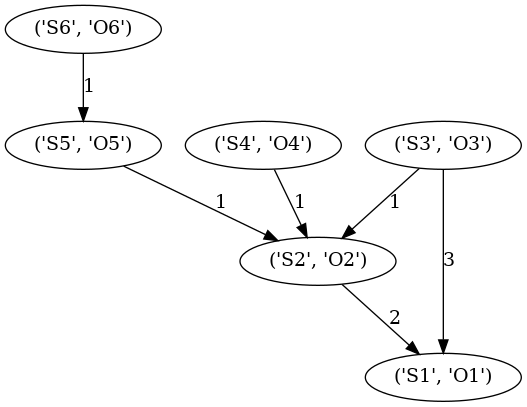
phani-gaddam/btp keeps this Graphviz diagram as out/final.png. Above is the earlier version. Its source is kept beside it as out/final.gv.
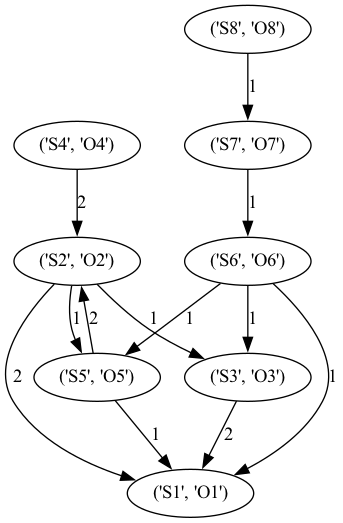
After the change.

What changed in the source:
```diff
@@ -5,10 +5,17 @@
 	"('S4', 'O4')" [label="('S4', 'O4')"]
 	"('S6', 'O6')" [label="('S6', 'O6')"]
 	"('S3', 'O3')" [label="('S3', 'O3')"]
+	"('S7', 'O7')" [label="('S7', 'O7')"]
 	"('S2', 'O2')" -> "('S1', 'O1')" [label=2 weight=2]
-	"('S3', 'O3')" -> "('S1', 'O1')" [label=3 weight=3]
-	"('S3', 'O3')" -> "('S2', 'O2')" [label=1 weight=1]
-	"('S4', 'O4')" -> "('S2', 'O2')" [label=1 weight=1]
-	"('S5', 'O5')" -> "('S2', 'O2')" [label=1 weight=1]
+	"('S3', 'O3')" -> "('S1', 'O1')" [label=2 weight=2]
+	"('S5', 'O5')" -> "('S1', 'O1')" [label=1 weight=1]
+	"('S6', 'O6')" -> "('S1', 'O1')" [label=1 weight=1]
+	"('S4', 'O4')" -> "('S2', 'O2')" [label=2 weight=2]
+	"('S5', 'O5')" -> "('S2', 'O2')" [label=2 weight=2]
 	"('S6', 'O6')" -> "('S5', 'O5')" [label=1 weight=1]
+	"('S2', 'O2')" -> "('S5', 'O5')" [label=1 weight=1]
+	"('S7', 'O7')" -> "('S6', 'O6')" [label=1 weight=1]
+	"('S6', 'O6')" -> "('S3', 'O3')" [label=1 weight=1]
+	"('S2', 'O2')" -> "('S3', 'O3')" [label=1 weight=1]
+	"('S8', 'O8')" -> "('S7', 'O7')" [label=1 weight=1]
 }
```
